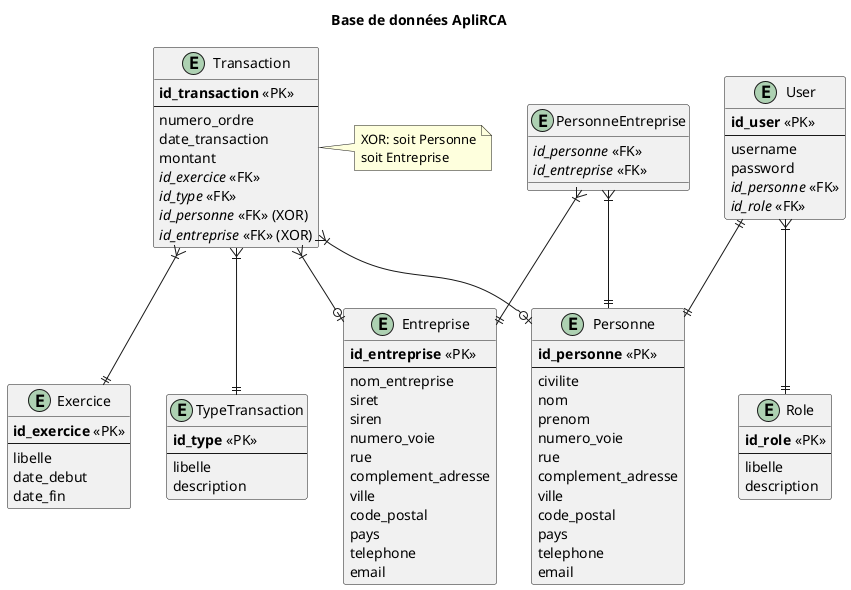
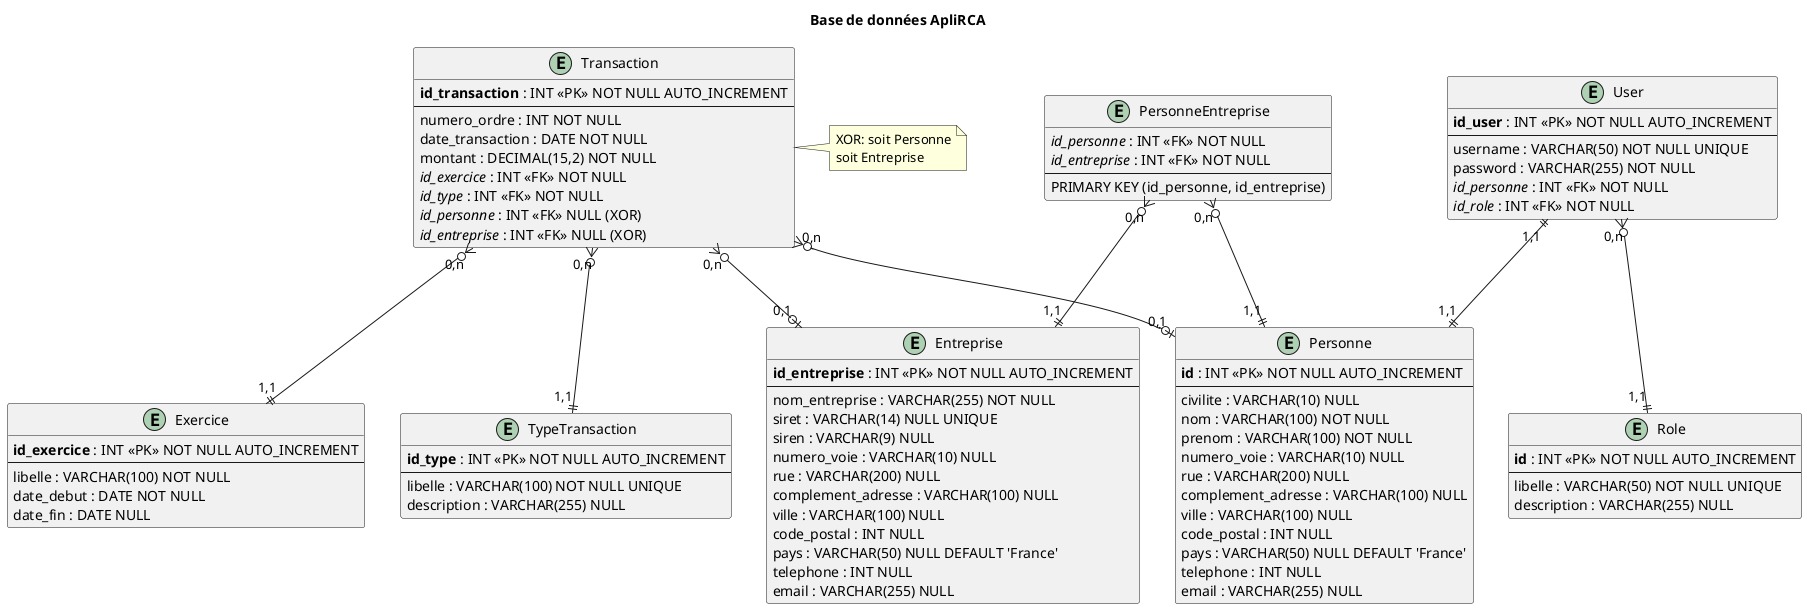
@startuml ApliRCA_Database_Diagram

title Base de données ApliRCA

' Tables de référence
entity "Role" as Role {
-   **id_role** <<PK>>
+   **id** : INT <<PK>> NOT NULL AUTO_INCREMENT
  --
-   libelle
-   description
+   libelle : VARCHAR(50) NOT NULL UNIQUE
+   description : VARCHAR(255) NULL
}

entity "TypeTransaction" as TypeTransaction {
-   **id_type** <<PK>>
+   **id_type** : INT <<PK>> NOT NULL AUTO_INCREMENT
  --
-   libelle
-   description
+   libelle : VARCHAR(100) NOT NULL UNIQUE
+   description : VARCHAR(255) NULL
}

entity "Exercice" as Exercice {
-   **id_exercice** <<PK>>
+   **id_exercice** : INT <<PK>> NOT NULL AUTO_INCREMENT
  --
-   libelle
-   date_debut
-   date_fin
+   libelle : VARCHAR(100) NOT NULL
+   date_debut : DATE NOT NULL
+   date_fin : DATE NULL
}

' Tables principales
entity "Personne" as Personne {
-   **id_personne** <<PK>>
+   **id** : INT <<PK>> NOT NULL AUTO_INCREMENT
  --
-   civilite
-   nom
-   prenom
-   numero_voie
-   rue
-   complement_adresse
-   ville
-   code_postal
-   pays
-   telephone
-   email
+   civilite : VARCHAR(10) NULL
+   nom : VARCHAR(100) NOT NULL
+   prenom : VARCHAR(100) NOT NULL
+   numero_voie : VARCHAR(10) NULL
+   rue : VARCHAR(200) NULL
+   complement_adresse : VARCHAR(100) NULL
+   ville : VARCHAR(100) NULL
+   code_postal : INT NULL
+   pays : VARCHAR(50) NULL DEFAULT 'France'
+   telephone : INT NULL
+   email : VARCHAR(255) NULL
}

entity "Entreprise" as Entreprise {
-   **id_entreprise** <<PK>>
+   **id_entreprise** : INT <<PK>> NOT NULL AUTO_INCREMENT
  --
-   nom_entreprise
-   siret
-   siren
-   numero_voie
-   rue
-   complement_adresse
-   ville
-   code_postal
-   pays
-   telephone
-   email
+   nom_entreprise : VARCHAR(255) NOT NULL
+   siret : VARCHAR(14) NULL UNIQUE
+   siren : VARCHAR(9) NULL
+   numero_voie : VARCHAR(10) NULL
+   rue : VARCHAR(200) NULL
+   complement_adresse : VARCHAR(100) NULL
+   ville : VARCHAR(100) NULL
+   code_postal : INT NULL
+   pays : VARCHAR(50) NULL DEFAULT 'France'
+   telephone : INT NULL
+   email : VARCHAR(255) NULL
}

entity "User" as User {
-   **id_user** <<PK>>
+   **id_user** : INT <<PK>> NOT NULL AUTO_INCREMENT
  --
-   username
-   password
-   //id_personne// <<FK>>
-   //id_role// <<FK>>
+   username : VARCHAR(50) NOT NULL UNIQUE
+   password : VARCHAR(255) NOT NULL
+   //id_personne// : INT <<FK>> NOT NULL
+   //id_role// : INT <<FK>> NOT NULL
}

entity "PersonneEntreprise" as PersonneEntreprise {
-   //id_personne// <<FK>>
-   //id_entreprise// <<FK>>
+   //id_personne// : INT <<FK>> NOT NULL
+   //id_entreprise// : INT <<FK>> NOT NULL
+   --
+   PRIMARY KEY (id_personne, id_entreprise)
}

entity "Transaction" as Transaction {
-   **id_transaction** <<PK>>
+   **id_transaction** : INT <<PK>> NOT NULL AUTO_INCREMENT
  --
-   numero_ordre
-   date_transaction
-   montant
-   //id_exercice// <<FK>>
-   //id_type// <<FK>>
-   //id_personne// <<FK>> (XOR)
-   //id_entreprise// <<FK>> (XOR)
+   numero_ordre : INT NOT NULL
+   date_transaction : DATE NOT NULL
+   montant : DECIMAL(15,2) NOT NULL
+   //id_exercice// : INT <<FK>> NOT NULL
+   //id_type// : INT <<FK>> NOT NULL
+   //id_personne// : INT <<FK>> NULL (XOR)
+   //id_entreprise// : INT <<FK>> NULL (XOR)
}

' Relations
- User ||--|| Personne
- User }|--|| Role
+ User ||--|| Personne : "1,1" "1,1"
+ User }o--|| Role : "0,n" "1,1"

- PersonneEntreprise }|--|| Personne
- PersonneEntreprise }|--|| Entreprise
+ PersonneEntreprise }o--|| Personne : "0,n" "1,1"
+ PersonneEntreprise }o--|| Entreprise : "0,n" "1,1"

- Transaction }|--|| Exercice
- Transaction }|--|| TypeTransaction
- Transaction }|--o| Personne
- Transaction }|--o| Entreprise
+ Transaction }o--|| Exercice : "0,n" "1,1"
+ Transaction }o--|| TypeTransaction : "0,n" "1,1"
+ Transaction }o--o| Personne : "0,n" "0,1"
+ Transaction }o--o| Entreprise : "0,n" "0,1"

note right of Transaction : XOR: soit Personne\nsoit Entreprise

@enduml